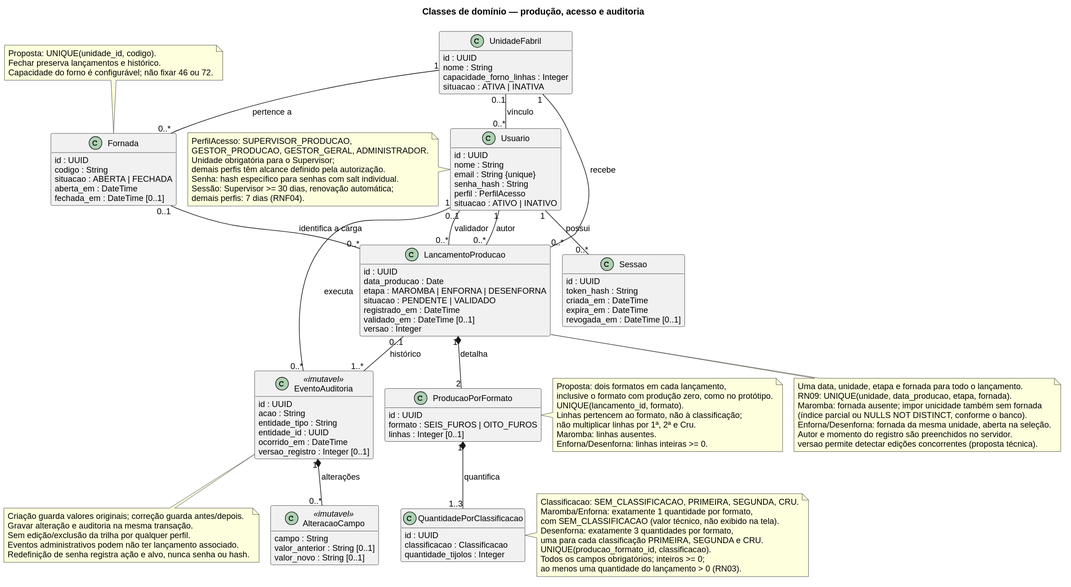
This is docs/uml/svg/02_classes_dominio.svg from emilynerys/Projeto-Cer-mica-SOCRE, a PlantUML export, as it was before one commit. Its diagram source:
```plantuml
@startuml
!pragma layout smetana
skinparam shadowing false
skinparam classAttributeIconSize 0
skinparam defaultFontName Arial
skinparam defaultFontSize 13
hide empty methods
title Classes de domínio — produção, acesso e auditoria

class UnidadeFabril {
  id : UUID
  nome : String
  capacidade_forno_linhas : Integer
  situacao : ATIVA | INATIVA
}

class Usuario {
  id : UUID
  nome : String
  email : String {unique}
  senha_hash : String
  perfil : PerfilAcesso
  situacao : ATIVO | INATIVO
}

class Sessao {
  id : UUID
  token_hash : String
  criada_em : DateTime
  expira_em : DateTime
  revogada_em : DateTime [0..1]
}

class Fornada {
  id : UUID
  codigo : String
  situacao : ABERTA | FECHADA
  aberta_em : DateTime
  fechada_em : DateTime [0..1]
}

class LancamentoProducao {
  id : UUID
  data_producao : Date
  etapa : MAROMBA | ENFORNA | DESENFORNA
  situacao : PENDENTE | VALIDADO
  registrado_em : DateTime
  validado_em : DateTime [0..1]
  versao : Integer
}

class ProducaoPorFormato {
  id : UUID
  formato : SEIS_FUROS | OITO_FUROS
  linhas : Integer [0..1]
}

class QuantidadePorClassificacao {
  id : UUID
  classificacao : Classificacao
  quantidade_tijolos : Integer
}

class EventoAuditoria <<imutavel>> {
  id : UUID
  acao : String
  entidade_tipo : String
  entidade_id : UUID
  ocorrido_em : DateTime
  versao_registro : Integer [0..1]
}

class AlteracaoCampo <<imutavel>> {
  campo : String
  valor_anterior : String [0..1]
  valor_novo : String [0..1]
}

UnidadeFabril "0..1" -- "0..*" Usuario : vínculo
Usuario "1" -- "0..*" Sessao : possui
UnidadeFabril "1" -- "0..*" Fornada : pertence a
UnidadeFabril "1" -- "0..*" LancamentoProducao : recebe
Fornada "0..1" -- "0..*" LancamentoProducao : identifica a carga
Usuario "1" -- "0..*" LancamentoProducao : autor
Usuario "0..1" -- "0..*" LancamentoProducao : validador
LancamentoProducao "1" *-- "2" ProducaoPorFormato : detalha
ProducaoPorFormato "1" *-- "1..3" QuantidadePorClassificacao : quantifica
Usuario "1" -- "0..*" EventoAuditoria : executa
LancamentoProducao "0..1" -- "1..*" EventoAuditoria : histórico
EventoAuditoria "1" *-- "0..*" AlteracaoCampo : alterações

note left of Usuario
  PerfilAcesso: SUPERVISOR_PRODUCAO,
  GESTOR_PRODUCAO, GESTOR_GERAL, ADMINISTRADOR.
  Unidade obrigatória para o Supervisor;
  demais perfis têm alcance definido pela autorização.
  Senha: hash específico para senhas com salt individual.
  Sessão: Supervisor >= 30 dias, renovação automática;
  demais perfis: 7 dias (RNF04).
end note

note right of ProducaoPorFormato
  Proposta: dois formatos em cada lançamento,
  inclusive o formato com produção zero, como no protótipo.
  UNIQUE(lancamento_id, formato).
  Linhas pertencem ao formato, não à classificação;
  não multiplicar linhas por 1ª, 2ª e Cru.
  Maromba: linhas ausentes.
  Enforna/Desenforna: linhas inteiras >= 0.
end note

note right of QuantidadePorClassificacao
  Classificacao: SEM_CLASSIFICACAO, PRIMEIRA, SEGUNDA, CRU.
  Maromba/Enforna: exatamente 1 quantidade por formato,
  com SEM_CLASSIFICACAO (valor técnico, não exibido na tela).
  Desenforna: exatamente 3 quantidades por formato,
  uma para cada classificação PRIMEIRA, SEGUNDA e CRU.
  UNIQUE(producao_formato_id, classificacao).
  Todos os campos obrigatórios; inteiros >= 0;
  ao menos uma quantidade do lançamento > 0 (RN03).
end note

note bottom of LancamentoProducao
  Uma data, unidade, etapa e fornada para todo o lançamento.
  RN09: UNIQUE(unidade, data_producao, etapa, fornada).
  Maromba: fornada ausente; impor unicidade também sem fornada
  (índice parcial ou NULLS NOT DISTINCT, conforme o banco).
  Enforna/Desenforna: fornada da mesma unidade, aberta na seleção.
  Autor e momento do registro são preenchidos no servidor.
  versao permite detectar edições concorrentes (proposta técnica).
end note

note bottom of EventoAuditoria
  Criação guarda valores originais; correção guarda antes/depois.
  Gravar alteração e auditoria na mesma transação.
  Sem edição/exclusão da trilha por qualquer perfil.
  Eventos administrativos podem não ter lançamento associado.
  Redefinição de senha registra ação e alvo, nunca senha ou hash.
end note

note top of Fornada
  Proposta: UNIQUE(unidade_id, codigo).
  Fechar preserva lançamentos e histórico.
  Capacidade do forno é configurável; não fixar 46 ou 72.
end note
@enduml
```
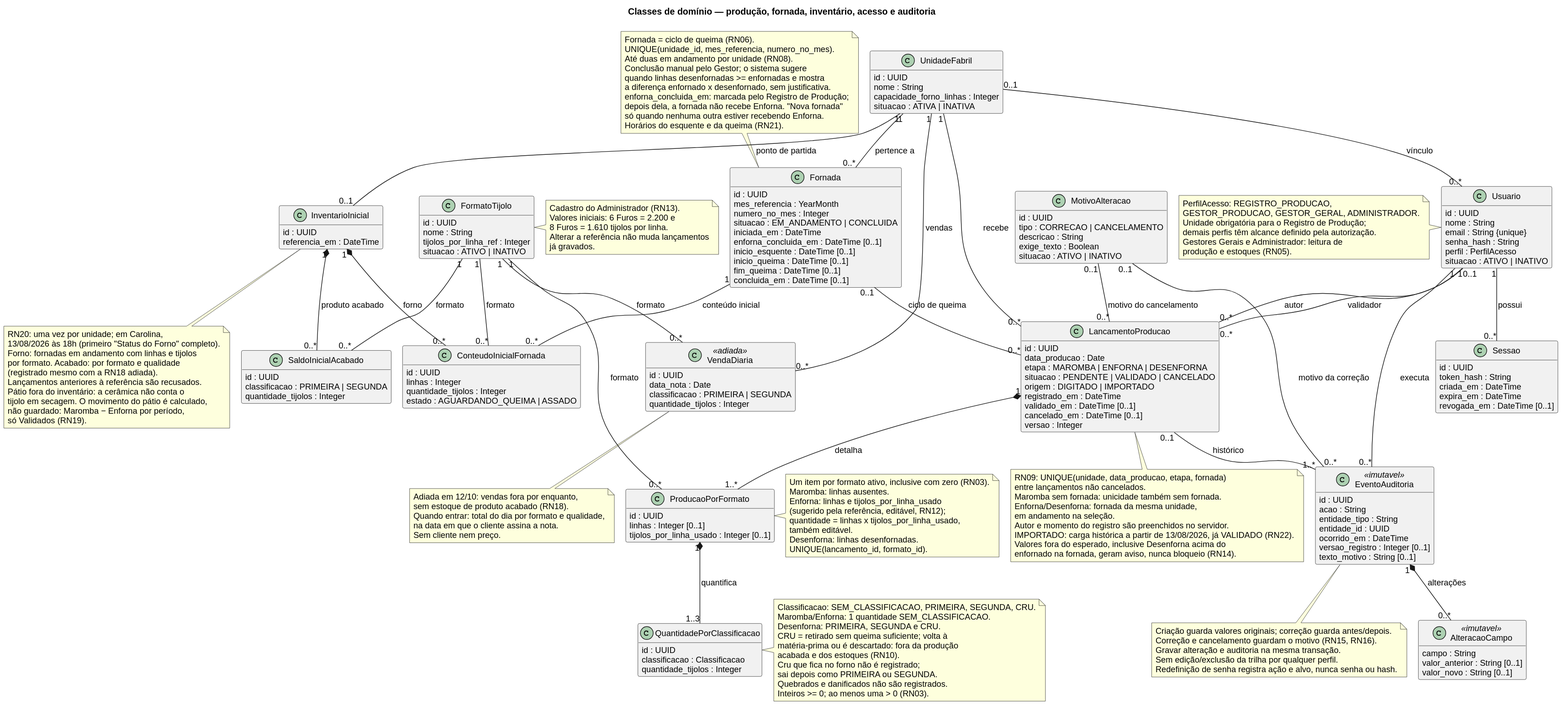
Later version of the same file.

Diff of the diagram source:
```diff
@@ -5,13 +5,20 @@
 skinparam defaultFontName Arial
 skinparam defaultFontSize 13
 hide empty methods
-title Classes de domínio — produção, acesso e auditoria
+title Classes de domínio — produção, fornada, inventário, acesso e auditoria
 
 class UnidadeFabril {
   id : UUID
   nome : String
   capacidade_forno_linhas : Integer
   situacao : ATIVA | INATIVA
+}
+
+class FormatoTijolo {
+  id : UUID
+  nome : String
+  tijolos_por_linha_ref : Integer
+  situacao : ATIVO | INATIVO
 }
 
 class Usuario {
@@ -33,31 +40,71 @@
 
 class Fornada {
   id : UUID
-  codigo : String
-  situacao : ABERTA | FECHADA
-  aberta_em : DateTime
-  fechada_em : DateTime [0..1]
+  mes_referencia : YearMonth
+  numero_no_mes : Integer
+  situacao : EM_ANDAMENTO | CONCLUIDA
+  iniciada_em : DateTime
+  enforna_concluida_em : DateTime [0..1]
+  inicio_esquente : DateTime [0..1]
+  inicio_queima : DateTime [0..1]
+  fim_queima : DateTime [0..1]
+  concluida_em : DateTime [0..1]
 }
 
 class LancamentoProducao {
   id : UUID
   data_producao : Date
   etapa : MAROMBA | ENFORNA | DESENFORNA
-  situacao : PENDENTE | VALIDADO
+  situacao : PENDENTE | VALIDADO | CANCELADO
+  origem : DIGITADO | IMPORTADO
   registrado_em : DateTime
   validado_em : DateTime [0..1]
+  cancelado_em : DateTime [0..1]
   versao : Integer
 }
 
 class ProducaoPorFormato {
   id : UUID
-  formato : SEIS_FUROS | OITO_FUROS
   linhas : Integer [0..1]
+  tijolos_por_linha_usado : Integer [0..1]
 }
 
 class QuantidadePorClassificacao {
   id : UUID
   classificacao : Classificacao
+  quantidade_tijolos : Integer
+}
+
+class MotivoAlteracao {
+  id : UUID
+  tipo : CORRECAO | CANCELAMENTO
+  descricao : String
+  exige_texto : Boolean
+  situacao : ATIVO | INATIVO
+}
+
+class InventarioInicial {
+  id : UUID
+  referencia_em : DateTime
+}
+
+class ConteudoInicialFornada {
+  id : UUID
+  linhas : Integer
+  quantidade_tijolos : Integer
+  estado : AGUARDANDO_QUEIMA | ASSADO
+}
+
+class SaldoInicialAcabado {
+  id : UUID
+  classificacao : PRIMEIRA | SEGUNDA
+  quantidade_tijolos : Integer
+}
+
+class VendaDiaria <<adiada>> {
+  id : UUID
+  data_nota : Date
+  classificacao : PRIMEIRA | SEGUNDA
   quantidade_tijolos : Integer
 }
 
@@ -68,6 +115,7 @@
   entidade_id : UUID
   ocorrido_em : DateTime
   versao_registro : Integer [0..1]
+  texto_motivo : String [0..1]
 }
 
 class AlteracaoCampo <<imutavel>> {
@@ -80,67 +128,118 @@
 Usuario "1" -- "0..*" Sessao : possui
 UnidadeFabril "1" -- "0..*" Fornada : pertence a
 UnidadeFabril "1" -- "0..*" LancamentoProducao : recebe
-Fornada "0..1" -- "0..*" LancamentoProducao : identifica a carga
+Fornada "0..1" -- "0..*" LancamentoProducao : ciclo de queima
 Usuario "1" -- "0..*" LancamentoProducao : autor
 Usuario "0..1" -- "0..*" LancamentoProducao : validador
-LancamentoProducao "1" *-- "2" ProducaoPorFormato : detalha
+LancamentoProducao "1" *-- "1..*" ProducaoPorFormato : detalha
+FormatoTijolo "1" -- "0..*" ProducaoPorFormato : formato
 ProducaoPorFormato "1" *-- "1..3" QuantidadePorClassificacao : quantifica
+MotivoAlteracao "0..1" -- "0..*" LancamentoProducao : motivo do cancelamento
+UnidadeFabril "1" -- "0..1" InventarioInicial : ponto de partida
+InventarioInicial "1" *-- "0..*" ConteudoInicialFornada : forno
+Fornada "1" -- "0..*" ConteudoInicialFornada : conteúdo inicial
+FormatoTijolo "1" -- "0..*" ConteudoInicialFornada : formato
+InventarioInicial "1" *-- "0..*" SaldoInicialAcabado : produto acabado
+FormatoTijolo "1" -- "0..*" SaldoInicialAcabado : formato
+UnidadeFabril "1" -- "0..*" VendaDiaria : vendas
+FormatoTijolo "1" -- "0..*" VendaDiaria : formato
 Usuario "1" -- "0..*" EventoAuditoria : executa
 LancamentoProducao "0..1" -- "1..*" EventoAuditoria : histórico
+MotivoAlteracao "0..1" -- "0..*" EventoAuditoria : motivo da correção
 EventoAuditoria "1" *-- "0..*" AlteracaoCampo : alterações
 
 note left of Usuario
-  PerfilAcesso: SUPERVISOR_PRODUCAO,
+  PerfilAcesso: REGISTRO_PRODUCAO,
   GESTOR_PRODUCAO, GESTOR_GERAL, ADMINISTRADOR.
-  Unidade obrigatória para o Supervisor;
+  Unidade obrigatória para o Registro de Produção;
   demais perfis têm alcance definido pela autorização.
-  Senha: hash específico para senhas com salt individual.
-  Sessão: Supervisor >= 30 dias, renovação automática;
-  demais perfis: 7 dias (RNF04).
+  Gestores Gerais e Administrador: leitura de
+  produção e estoques (RN05).
+end note
+
+note right of FormatoTijolo
+  Cadastro do Administrador (RN13).
+  Valores iniciais: 6 Furos = 2.200 e
+  8 Furos = 1.610 tijolos por linha.
+  Alterar a referência não muda lançamentos
+  já gravados.
 end note
 
 note right of ProducaoPorFormato
-  Proposta: dois formatos em cada lançamento,
-  inclusive o formato com produção zero, como no protótipo.
-  UNIQUE(lancamento_id, formato).
-  Linhas pertencem ao formato, não à classificação;
-  não multiplicar linhas por 1ª, 2ª e Cru.
+  Um item por formato ativo, inclusive com zero (RN03).
   Maromba: linhas ausentes.
-  Enforna/Desenforna: linhas inteiras >= 0.
+  Enforna: linhas e tijolos_por_linha_usado
+  (sugerido pela referência, editável, RN12);
+  quantidade = linhas x tijolos_por_linha_usado,
+  também editável.
+  Desenforna: linhas desenfornadas.
+  UNIQUE(lancamento_id, formato_id).
 end note
 
 note right of QuantidadePorClassificacao
   Classificacao: SEM_CLASSIFICACAO, PRIMEIRA, SEGUNDA, CRU.
-  Maromba/Enforna: exatamente 1 quantidade por formato,
-  com SEM_CLASSIFICACAO (valor técnico, não exibido na tela).
-  Desenforna: exatamente 3 quantidades por formato,
-  uma para cada classificação PRIMEIRA, SEGUNDA e CRU.
-  UNIQUE(producao_formato_id, classificacao).
-  Todos os campos obrigatórios; inteiros >= 0;
-  ao menos uma quantidade do lançamento > 0 (RN03).
+  Maromba/Enforna: 1 quantidade SEM_CLASSIFICACAO.
+  Desenforna: PRIMEIRA, SEGUNDA e CRU.
+  CRU = retirado sem queima suficiente; volta à
+  matéria-prima ou é descartado: fora da produção
+  acabada e dos estoques (RN10).
+  Cru que fica no forno não é registrado;
+  sai depois como PRIMEIRA ou SEGUNDA.
+  Quebrados e danificados não são registrados.
+  Inteiros >= 0; ao menos uma > 0 (RN03).
 end note
 
 note bottom of LancamentoProducao
-  Uma data, unidade, etapa e fornada para todo o lançamento.
-  RN09: UNIQUE(unidade, data_producao, etapa, fornada).
-  Maromba: fornada ausente; impor unicidade também sem fornada
-  (índice parcial ou NULLS NOT DISTINCT, conforme o banco).
-  Enforna/Desenforna: fornada da mesma unidade, aberta na seleção.
+  RN09: UNIQUE(unidade, data_producao, etapa, fornada)
+  entre lançamentos não cancelados.
+  Maromba sem fornada: unicidade também sem fornada.
+  Enforna/Desenforna: fornada da mesma unidade,
+  em andamento na seleção.
   Autor e momento do registro são preenchidos no servidor.
-  versao permite detectar edições concorrentes (proposta técnica).
+  IMPORTADO: carga histórica a partir de 13/08/2026, já VALIDADO (RN22).
+  Valores fora do esperado, inclusive Desenforna acima do
+  enfornado na fornada, geram aviso, nunca bloqueio (RN14).
+end note
+
+note top of Fornada
+  Fornada = ciclo de queima (RN06).
+  UNIQUE(unidade_id, mes_referencia, numero_no_mes).
+  Até duas em andamento por unidade (RN08).
+  Conclusão manual pelo Gestor; o sistema sugere
+  quando linhas desenfornadas >= enfornadas e mostra
+  a diferença enfornado x desenfornado, sem justificativa.
+  enforna_concluida_em: marcada pelo Registro de Produção;
+  depois dela, a fornada não recebe Enforna. "Nova fornada"
+  só quando nenhuma outra estiver recebendo Enforna.
+  Horários do esquente e da queima (RN21).
+end note
+
+note bottom of InventarioInicial
+  RN20: uma vez por unidade; em Carolina,
+  13/08/2026 às 18h (primeiro "Status do Forno" completo).
+  Forno: fornadas em andamento com linhas e tijolos
+  por formato. Acabado: por formato e qualidade
+  (registrado mesmo com a RN18 adiada).
+  Lançamentos anteriores à referência são recusados.
+  Pátio fora do inventário: a cerâmica não conta o
+  tijolo em secagem. O movimento do pátio é calculado,
+  não guardado: Maromba − Enforna por período,
+  só Validados (RN19).
+end note
+
+note bottom of VendaDiaria
+  Adiada em 12/10: vendas fora por enquanto,
+  sem estoque de produto acabado (RN18).
+  Quando entrar: total do dia por formato e qualidade,
+  na data em que o cliente assina a nota.
+  Sem cliente nem preço.
 end note
 
 note bottom of EventoAuditoria
   Criação guarda valores originais; correção guarda antes/depois.
+  Correção e cancelamento guardam o motivo (RN15, RN16).
   Gravar alteração e auditoria na mesma transação.
   Sem edição/exclusão da trilha por qualquer perfil.
-  Eventos administrativos podem não ter lançamento associado.
   Redefinição de senha registra ação e alvo, nunca senha ou hash.
 end note
-
-note top of Fornada
-  Proposta: UNIQUE(unidade_id, codigo).
-  Fechar preserva lançamentos e histórico.
-  Capacidade do forno é configurável; não fixar 46 ou 72.
-end note
 @enduml
```
